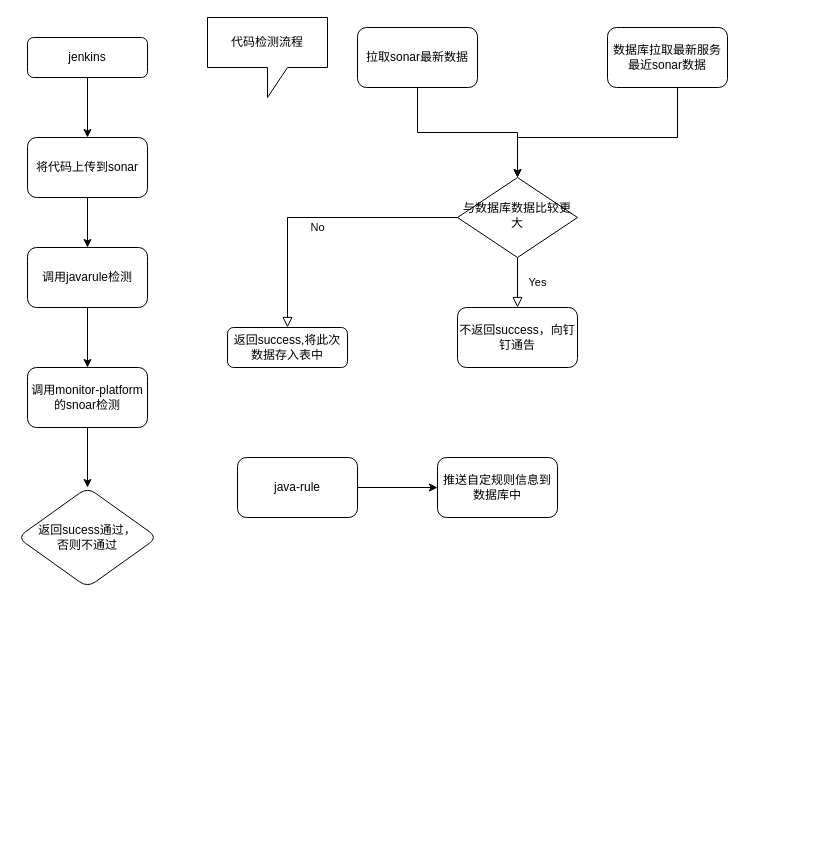
Before: img/未命名绘图.drawio in KinMan-ZHR/picture-bed, a draw.io diagram. Source tidied: cells renumbered, new cells numbered last; positions are measured from the earlier drawing's top-left corner, leaving out a move shared by most shapes. Both pictures are drawn from the tidied source at 100%, with x=0, y=0 at pixel (17, 17).
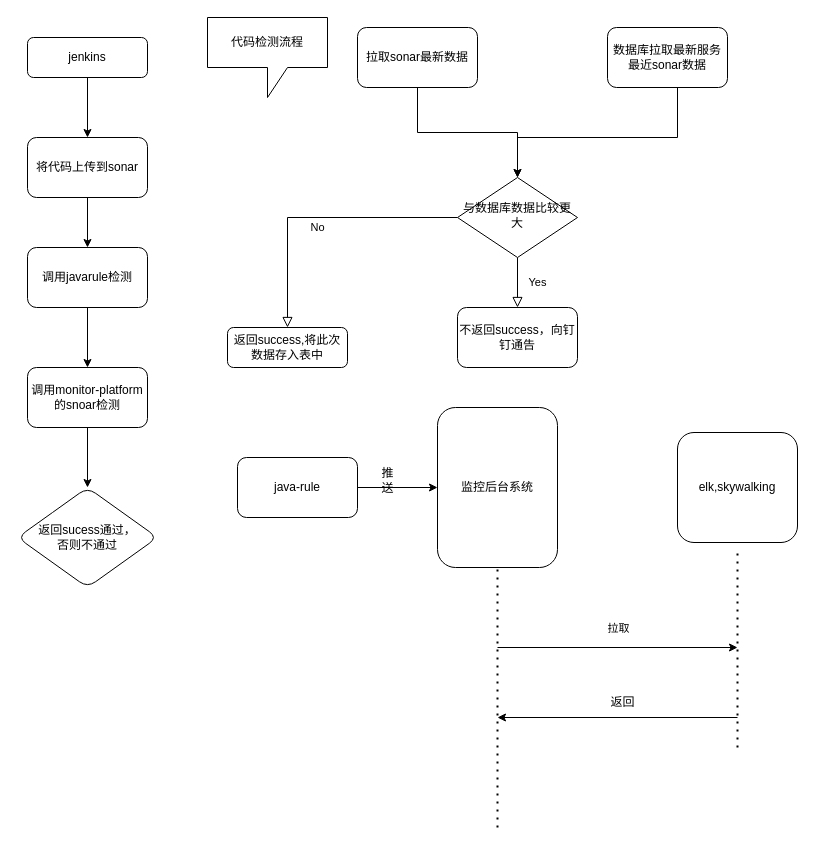
Above is the later version.

Commit message:
更新未命名绘图.drawio

Diff of the diagram source:
```diff
@@
-    <mxCell id="23" value="推送自定规则信息到数据库中" style="whiteSpace=wrap;html=1;rounded=1;" parent="1" vertex="1">
-      <mxGeometry x="420" y="440" width="120" height="60" as="geometry" />
+    <mxCell id="23" value="监控后台系统" style="whiteSpace=wrap;html=1;rounded=1;" parent="1" vertex="1">
+      <mxGeometry x="420" y="390" width="120" height="160" as="geometry" />
     </mxCell>
+    <mxCell id="24" value="elk,skywalking" style="rounded=1;whiteSpace=wrap;html=1;" parent="1" vertex="1">
+      <mxGeometry x="660" y="415" width="120" height="110" as="geometry" />
+    </mxCell>
+    <mxCell id="25" style="edgeStyle=orthogonalEdgeStyle;rounded=0;orthogonalLoop=1;jettySize=auto;html=1;" parent="1" edge="1">
+      <mxGeometry relative="1" as="geometry">
+        <mxPoint x="480" y="630" as="sourcePoint" />
+        <mxPoint x="720" y="630" as="targetPoint" />
+      </mxGeometry>
+    </mxCell>
+    <mxCell id="26" value="拉取" style="edgeLabel;html=1;align=center;verticalAlign=middle;" parent="25" vertex="1">
+      <mxGeometry x="-0.11" y="-2" relative="1" as="geometry">
+        <mxPoint x="13" y="-22" as="offset" />
+      </mxGeometry>
+    </mxCell>
+    <mxCell id="27" value="&lt;span style=&quot;text-wrap-mode: wrap;&quot;&gt;推送&lt;/span&gt;" style="text;html=1;align=center;verticalAlign=middle;strokeColor=none;fillColor=none;" parent="1" vertex="1">
+      <mxGeometry x="345" y="448" width="50" height="30" as="geometry" />
+    </mxCell>
+    <mxCell id="28" style="endArrow=none;dashed=1;html=1;dashPattern=1 3;strokeWidth=2;rounded=0;" parent="1" edge="1">
+      <mxGeometry relative="1" as="geometry">
+        <mxPoint x="720" y="730" as="sourcePoint" />
+        <mxPoint x="720" y="530" as="targetPoint" />
+      </mxGeometry>
+    </mxCell>
+    <mxCell id="29" style="endArrow=none;dashed=1;html=1;dashPattern=1 3;strokeWidth=2;rounded=0;entryX=0.5;entryY=1;entryDx=0;entryDy=0;" parent="1" edge="1" target="23">
+      <mxGeometry relative="1" as="geometry">
+        <mxPoint x="480" y="810" as="sourcePoint" />
+      </mxGeometry>
+    </mxCell>
+    <mxCell id="30" style="endArrow=classic;html=1;rounded=0;" parent="1" edge="1">
+      <mxGeometry relative="1" as="geometry">
+        <mxPoint x="720" y="700" as="sourcePoint" />
+        <mxPoint x="480" y="700" as="targetPoint" />
+      </mxGeometry>
+    </mxCell>
+    <mxCell id="31" value="返回" style="text;html=1;align=center;verticalAlign=middle;strokeColor=none;fillColor=none;" parent="1" vertex="1">
+      <mxGeometry x="580" y="670" width="50" height="30" as="geometry" />
+    </mxCell>
```
